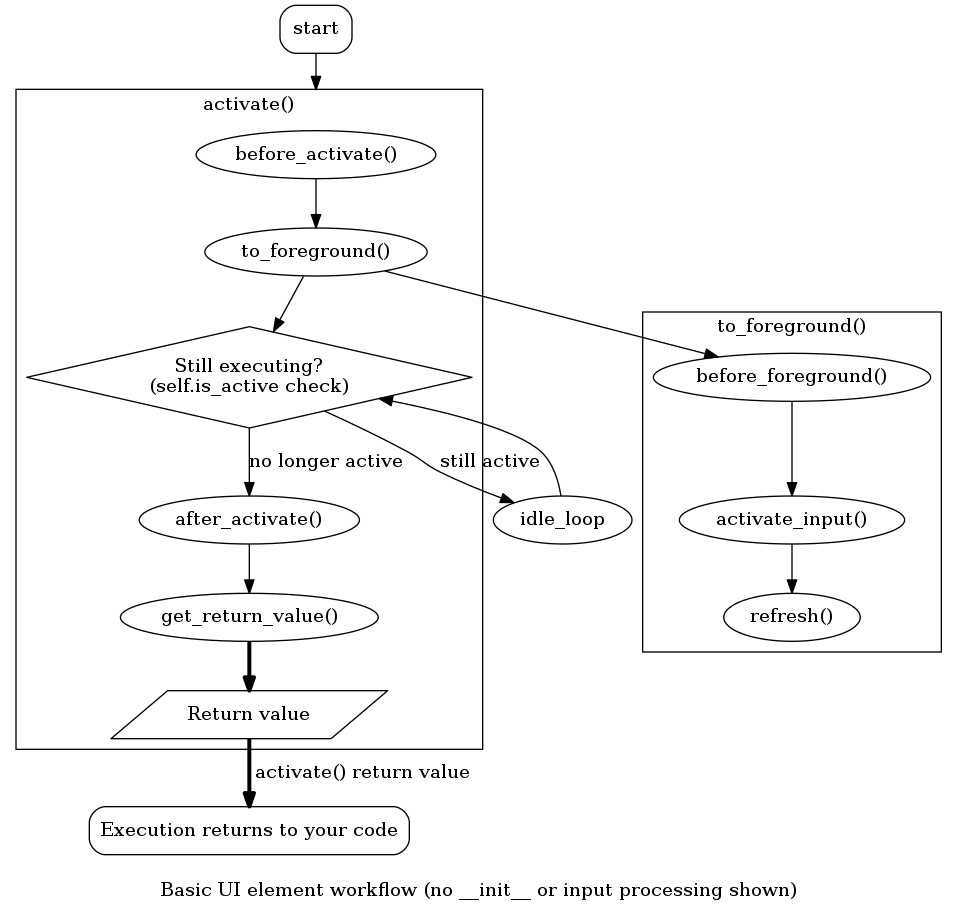
CRImier/pyLCI keeps this Graphviz diagram as docs/diagrams/base_ui_element.png. Above is the earlier version. Its source is kept beside it as docs/diagrams/base_ui_element.dot. Its diagram source:
```dot
digraph {
  compound=true;
  subgraph cluster_activate {
    before_activate -> to_foreground
    to_foreground -> still_executing
    still_executing -> after_activate [label="no longer active"];
    after_activate -> get_return_value;
    get_return_value -> return_value [penwidth=3];
    before_activate[label="before_activate()"];
    to_foreground[label="to_foreground()"];
    after_activate[label="after_activate()"];
    get_return_value[label="get_return_value()"];
    return_value[label="Return value"];
    still_executing[label="Still executing?\n(self.is_active check)"]
    label="activate()"
  }
  subgraph cluster_toforeground {
    to_foreground -> before_foreground
    before_foreground -> activate_input
    activate_input -> refresh
    before_foreground[label="before_foreground()"];
    activate_input[label="activate_input()"];
    refresh[label="refresh()"];
    label="to_foreground()"
  }

  start[shape="box", style=rounded];
  end[shape="box", style=rounded];
  return_value[shape="parallelogram", style=""];
  still_executing[shape="diamond", style=""];

  start -> before_activate [lhead=cluster_activate];
  still_executing -> idle_loop [label="still active"];
  idle_loop -> still_executing
  return_value -> end [penwidth=3; label=" activate() return value"]

  end[label="Execution returns to your code"];

  label="\nBasic UI element workflow (no __init__ or input processing shown)"
}
```
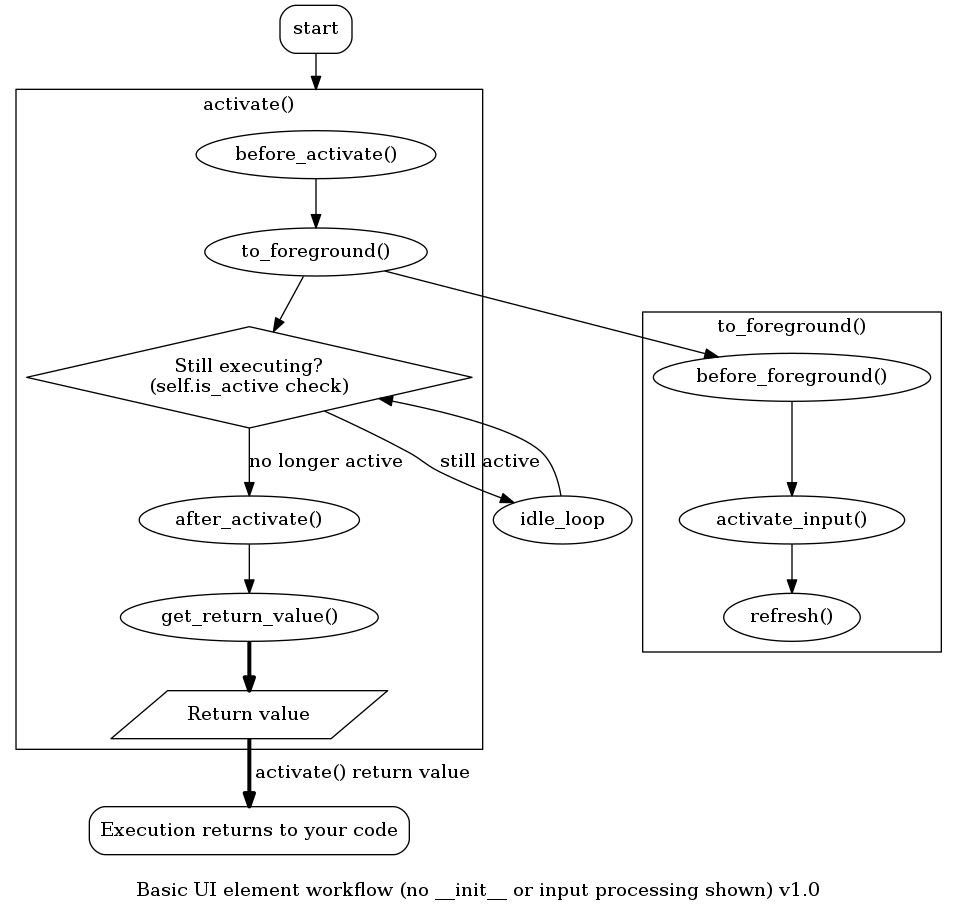
After the commit.

Commit message:
Adding version info to base_ui_element diagram

Diff of the diagram source:
```diff
@@ -36,5 +36,5 @@
 
   end[label="Execution returns to your code"];
 
-  label="\nBasic UI element workflow (no __init__ or input processing shown)"
+  label="\nBasic UI element workflow (no __init__ or input processing shown) v1.0"
 }
```
